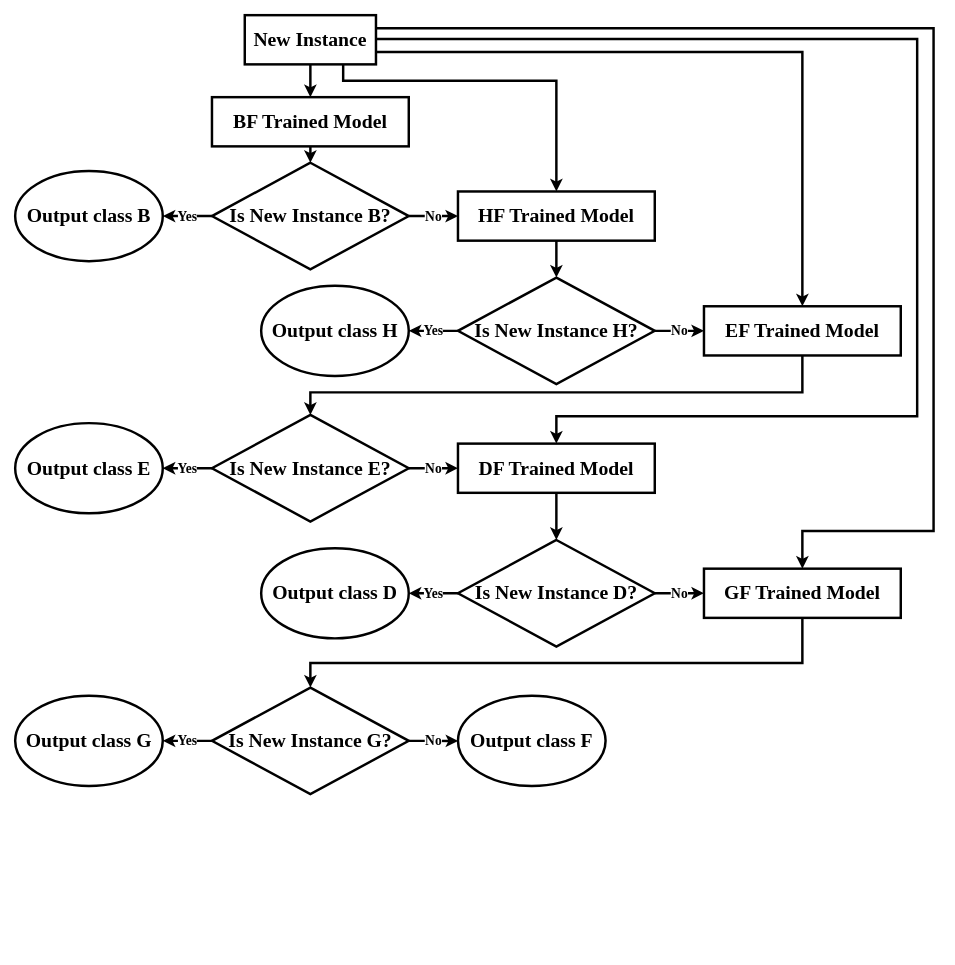
Before: structure_of_50hz_power.drawio in mrinmoysarkar/ENF_signal_, a draw.io diagram. Source tidied: cells renumbered, new cells numbered last; positions are measured from the earlier drawing's top-left corner, leaving out a move shared by most shapes. Both pictures are drawn from the tidied source at 82%, with x=0, y=0 at pixel (15, 15).
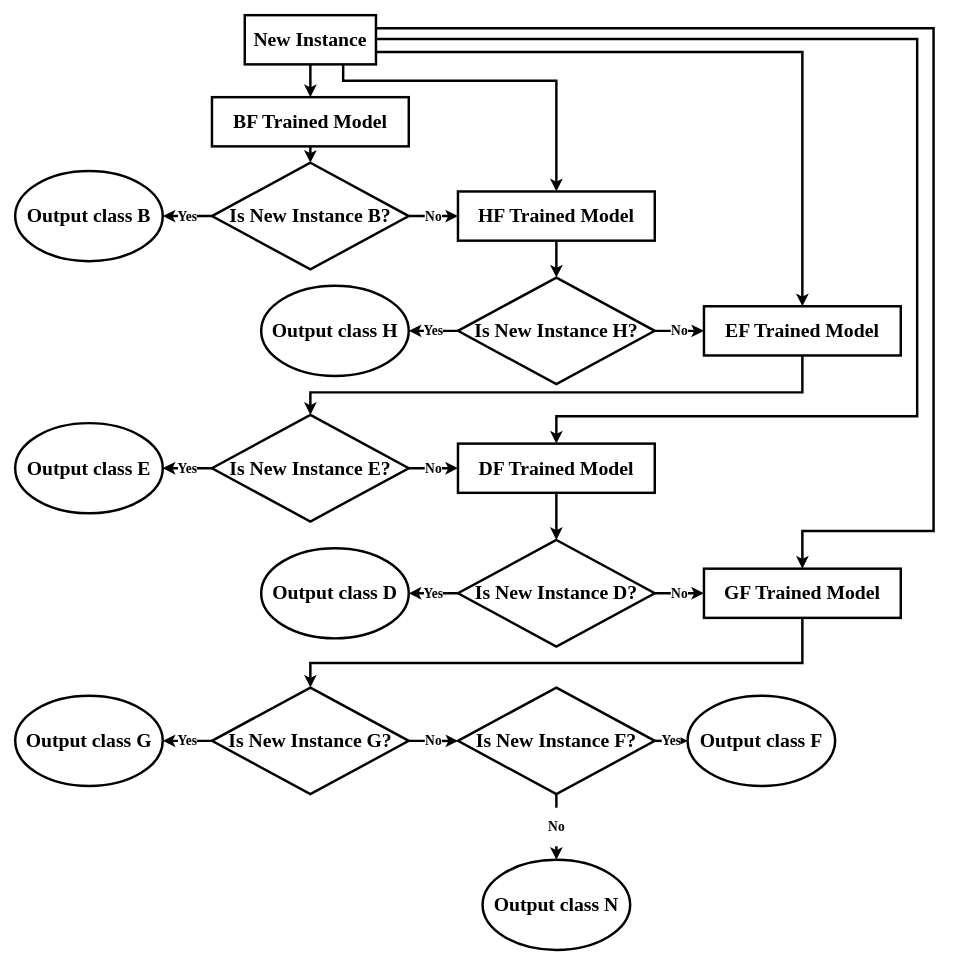
The same diagram, later.

Commit message (it also covers changes not shown here):
structure of heirarchical is added and checked with different classifier in 50a

Diff of the diagram source:
```diff
@@
     <mxCell id="38" value="&lt;h1&gt;&lt;font face=&quot;Times New Roman&quot;&gt;Output class F&lt;/font&gt;&lt;/h1&gt;" style="ellipse;whiteSpace=wrap;html=1;strokeWidth=3;" parent="1" vertex="1">
-      <mxGeometry x="540" y="830" width="180" height="110" as="geometry" />
+      <mxGeometry x="820" y="830" width="180" height="110" as="geometry" />
     </mxCell>
+    <mxCell id="39" value="&lt;h2&gt;&lt;font face=&quot;Times New Roman&quot;&gt;Yes&lt;/font&gt;&lt;/h2&gt;" style="edgeStyle=orthogonalEdgeStyle;rounded=0;jettySize=auto;html=1;exitX=1;exitY=0.5;exitDx=0;exitDy=0;entryX=0;entryY=0.5;entryDx=0;entryDy=0;strokeWidth=3;" parent="1" edge="1" source="41" target="38">
+      <mxGeometry relative="1" as="geometry" />
+    </mxCell>
+    <mxCell id="40" value="&lt;h2&gt;&lt;font face=&quot;Times New Roman&quot;&gt;No&lt;/font&gt;&lt;/h2&gt;" style="edgeStyle=orthogonalEdgeStyle;rounded=0;jettySize=auto;html=1;exitX=0.5;exitY=1;exitDx=0;exitDy=0;entryX=0.5;entryY=0;entryDx=0;entryDy=0;strokeWidth=3;" parent="1" edge="1" source="41" target="42">
+      <mxGeometry relative="1" as="geometry" />
+    </mxCell>
+    <mxCell id="41" value="&lt;h1&gt;&lt;font face=&quot;Times New Roman&quot;&gt;Is New Instance F?&lt;/font&gt;&lt;/h1&gt;" style="rhombus;whiteSpace=wrap;html=1;strokeWidth=3;" parent="1" vertex="1">
+      <mxGeometry x="540" y="820" width="240" height="130" as="geometry" />
+    </mxCell>
+    <mxCell id="42" value="&lt;h1&gt;&lt;font face=&quot;Times New Roman&quot;&gt;Output class N&lt;/font&gt;&lt;/h1&gt;" style="ellipse;whiteSpace=wrap;html=1;strokeWidth=3;" parent="1" vertex="1">
+      <mxGeometry x="570" y="1030" width="180" height="110" as="geometry" />
+    </mxCell>
```
